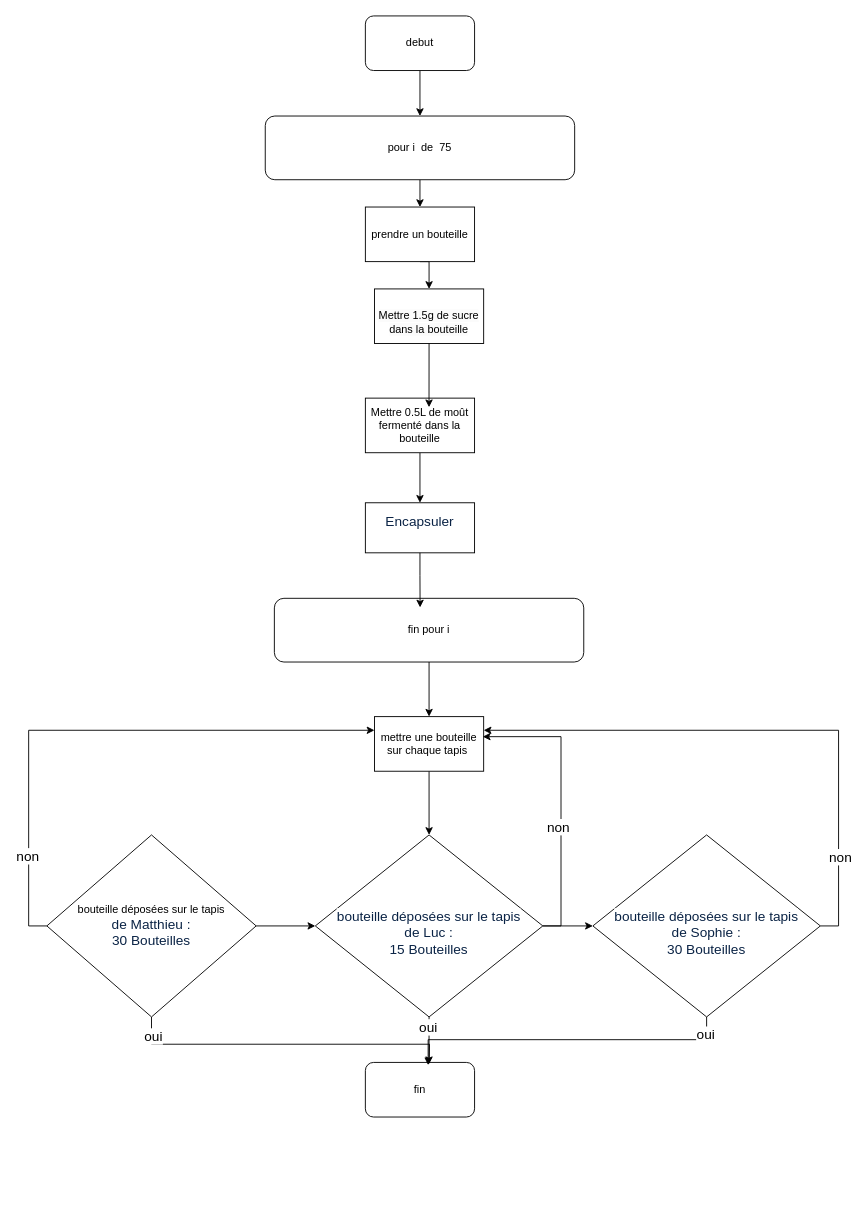
Before: algo-ex-mise-en-bouteille.drawio in m3c-git/algo, a draw.io diagram. Source tidied: cells renumbered, new cells numbered last; positions are measured from the earlier drawing's top-left corner, leaving out a move shared by most shapes. Both pictures are drawn from the tidied source at 91%, with x=0, y=0 at pixel (46, 15).
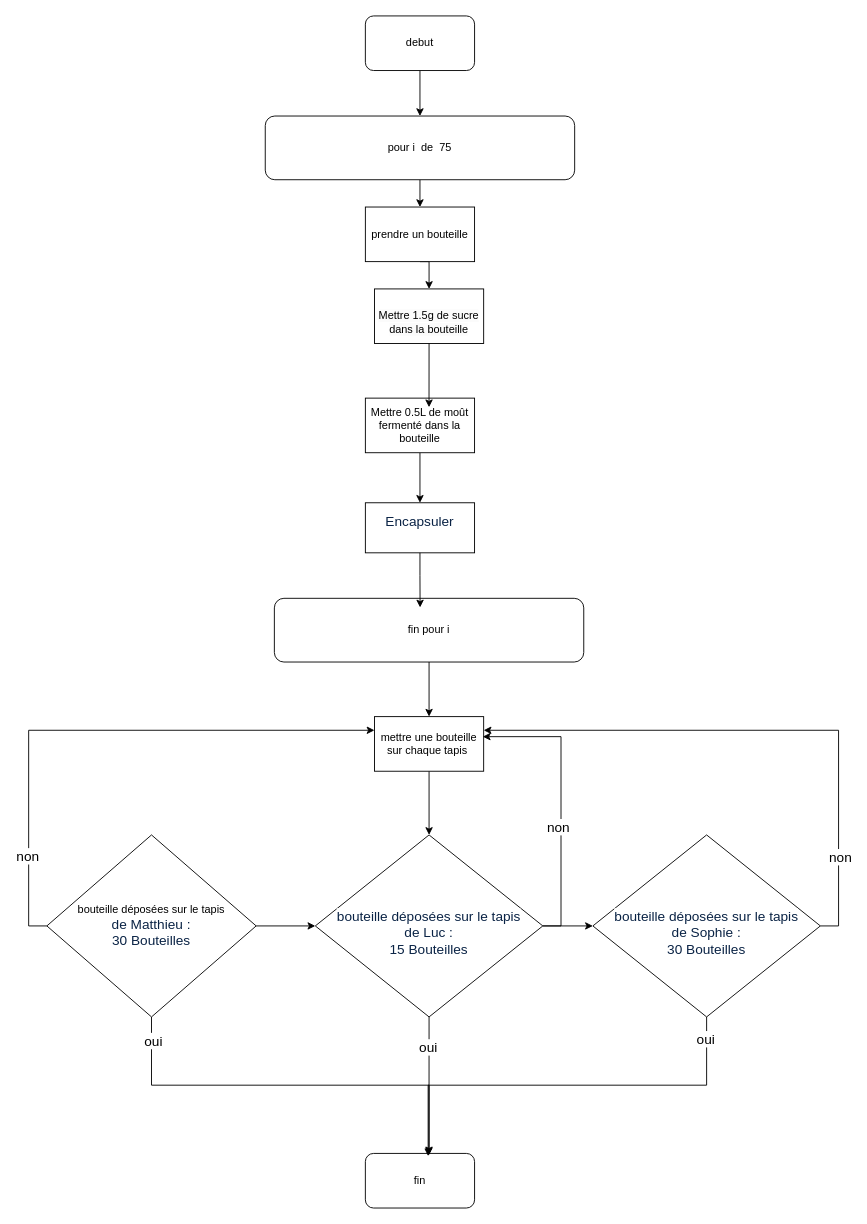
After the change.

Commit message (it also covers changes not shown here):
Mettre à jour algo-ex-mise-en-bouteille.drawio

The change refers to these unchanged cells:
```xml
<mxCell id="23" value="bouteille déposées sur le tapis&lt;br style=&quot;border-color: var(--border-color); color: rgb(10, 35, 69); font-family: Quicksand, sans-serif; font-size: 15px; text-align: left;&quot;&gt;&lt;span style=&quot;color: rgb(10, 35, 69); font-family: Quicksand, sans-serif; font-size: 15px; text-align: left; background-color: rgb(255, 255, 255);&quot;&gt;de&amp;nbsp;&lt;/span&gt;&lt;span style=&quot;color: rgb(10, 35, 69); font-family: Quicksand, sans-serif; font-size: 15px; font-style: normal; font-variant-ligatures: normal; font-variant-caps: normal; font-weight: 500; letter-spacing: normal; orphans: 2; text-align: left; text-indent: 0px; text-transform: none; widows: 2; word-spacing: 0px; -webkit-text-stroke-width: 0px; background-color: rgb(255, 255, 255); text-decoration-thickness: initial; text-decoration-style: initial; text-decoration-color: initial; float: none; display: inline !important;&quot;&gt;Matthieu&amp;nbsp;: &lt;br&gt;30 Bouteilles&lt;/span&gt;" style="rhombus;whiteSpace=wrap;html=1;" parent="1" vertex="1">
  <mxGeometry y="900" width="230" height="200" as="geometry" />
</mxCell>
```

Diff of the diagram source:
```diff
@@
-    <mxCell id="21" style="edgeStyle=orthogonalEdgeStyle;rounded=0;jettySize=auto;html=1;exitX=0.5;exitY=1;exitDx=0;exitDy=0;" parent="1" edge="1" source="23">
-      <mxGeometry relative="1" as="geometry">
-        <mxPoint x="420" y="1160" as="targetPoint" />
-      </mxGeometry>
+    <mxCell id="21" style="edgeStyle=orthogonalEdgeStyle;rounded=0;jettySize=auto;html=1;exitX=0.5;exitY=1;exitDx=0;exitDy=0;entryX=0.583;entryY=0.017;entryDx=0;entryDy=0;entryPerimeter=0;" parent="1" edge="1" source="23" target="31">
+      <mxGeometry relative="1" as="geometry" />
     </mxCell>
@@
     <mxCell id="31" value="fin" style="rounded=1;whiteSpace=wrap;html=1;" parent="1" vertex="1">
-      <mxGeometry x="350" y="1150" width="120" height="60" as="geometry" />
+      <mxGeometry x="350" y="1250" width="120" height="60" as="geometry" />
     </mxCell>
```
